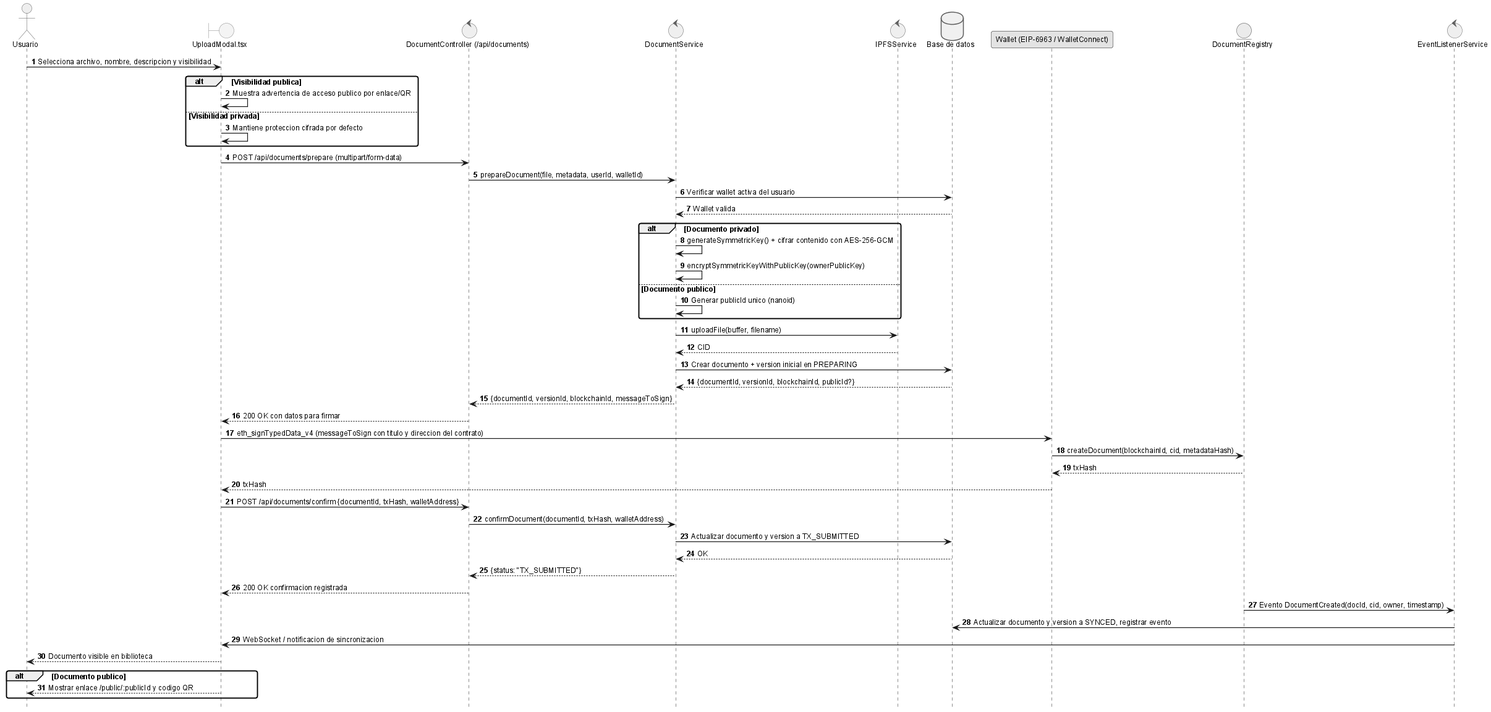
The PlantUML diagram anexos/diagramas/seq-upload.png in ErDeivih/DocumentChain, before a commit.
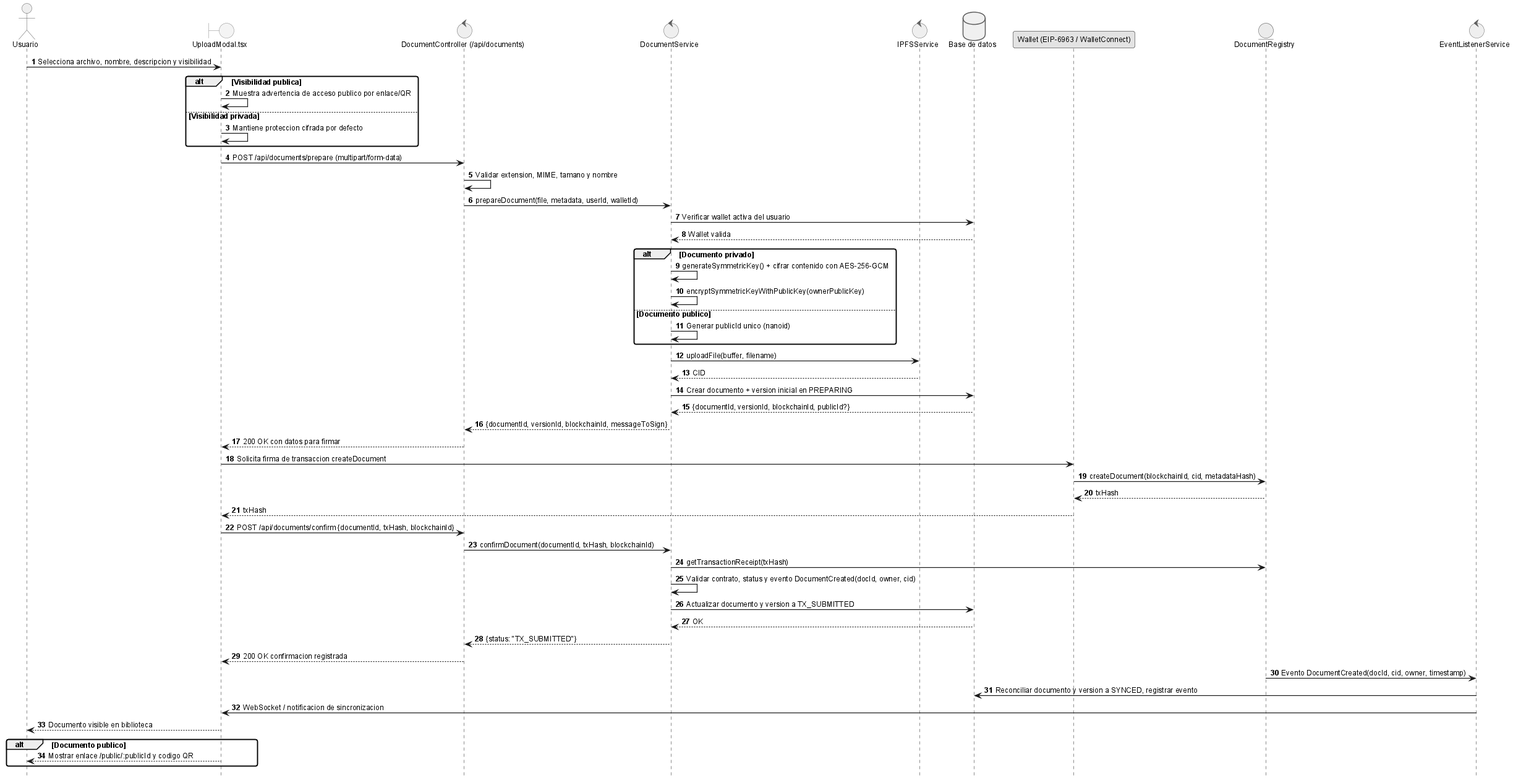
After the change.

What changed in the source:
```diff
@@ -18,6 +18,7 @@
 end
 
 ui -> api: POST /api/documents/prepare (multipart/form-data)
+api -> api: Validar extension, MIME, tamano y nombre
 api -> srv: prepareDocument(file, metadata, userId, walletId)
 srv -> db: Verificar wallet activa del usuario
 db --> srv: Wallet valida
@@ -34,20 +35,22 @@
 srv --> api: {documentId, versionId, blockchainId, messageToSign}
 api --> ui: 200 OK con datos para firmar
 
-ui -> wallet: eth_signTypedData_v4 (messageToSign con titulo y direccion del contrato)
+ui -> wallet: Solicita firma de transaccion createDocument
 wallet -> sc: createDocument(blockchainId, cid, metadataHash)
 sc --> wallet: txHash
 wallet --> ui: txHash
 
-ui -> api: POST /api/documents/confirm {documentId, txHash, walletAddress}
-api -> srv: confirmDocument(documentId, txHash, walletAddress)
+ui -> api: POST /api/documents/confirm {documentId, txHash, blockchainId}
+api -> srv: confirmDocument(documentId, txHash, blockchainId)
+srv -> sc: getTransactionReceipt(txHash)
+srv -> srv: Validar contrato, status y evento DocumentCreated(docId, owner, cid)
 srv -> db: Actualizar documento y version a TX_SUBMITTED
 db --> srv: OK
 srv --> api: {status: "TX_SUBMITTED"}
 api --> ui: 200 OK confirmacion registrada
 
 sc -> listener: Evento DocumentCreated(docId, cid, owner, timestamp)
-listener -> db: Actualizar documento y version a SYNCED, registrar evento
+listener -> db: Reconciliar documento y version a SYNCED, registrar evento
 listener -> ui: WebSocket / notificacion de sincronizacion
 ui --> user: Documento visible en biblioteca
 alt Documento publico
```
